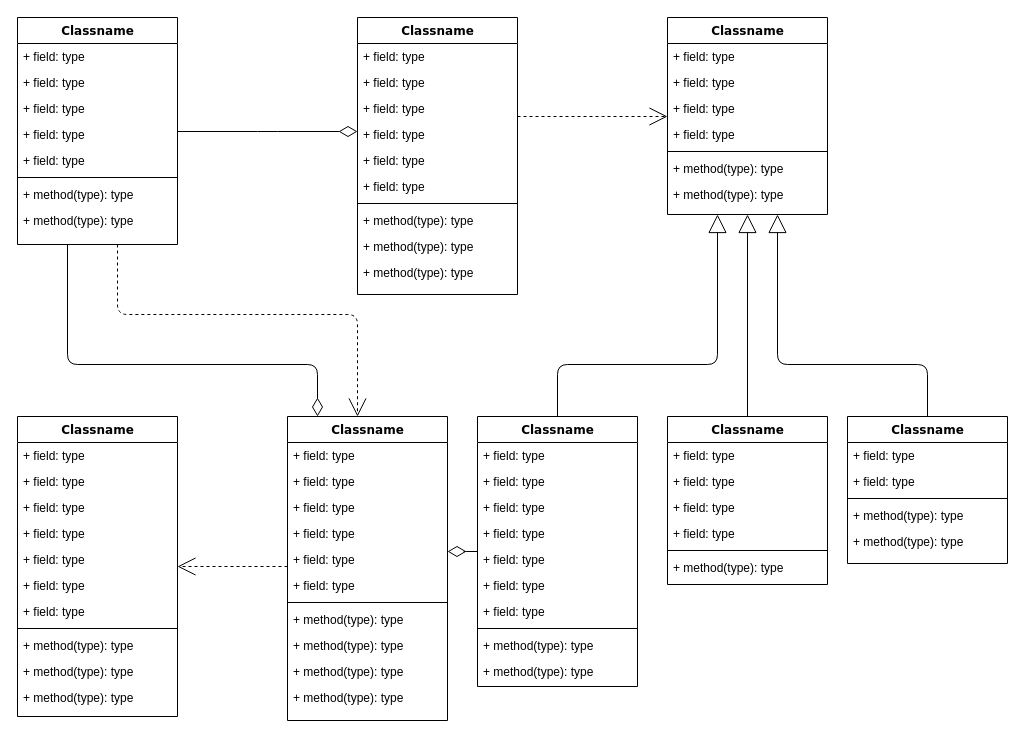
The draw.io diagram Başlıksız Diyagram.drawio in hsynalbayrak02/draw, before the edit. Source tidied: cells renumbered, new cells numbered last; positions are measured from the earlier drawing's top-left corner, leaving out a move shared by most shapes. Both pictures are drawn from the tidied source at 100%, with x=0, y=0 at pixel (17, 17).
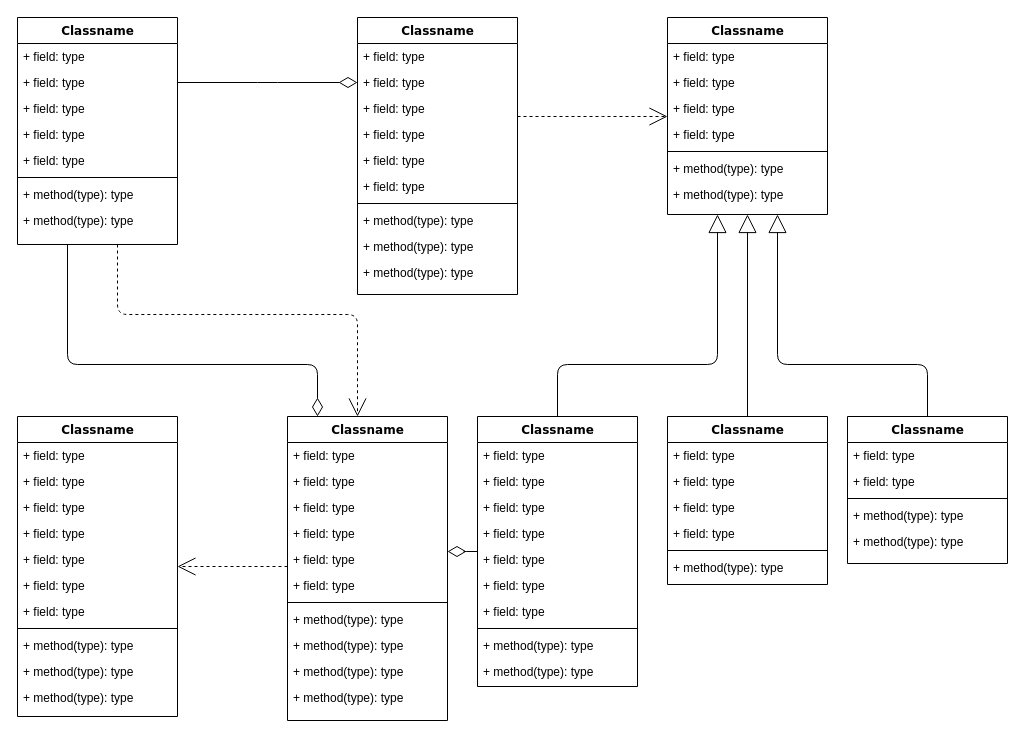
The same page after the edit.

Unchanged cells that the change refers to:
```xml
<mxCell id="4" value="Classname" style="swimlane;html=1;fontStyle=1;align=center;verticalAlign=top;horizontal=1;startSize=26;swimlaneFillColor=#ffffff;rounded=0;shadow=0;comic=0;labelBackgroundColor=none;strokeWidth=1;fillColor=none;fontFamily=Verdana;fontSize=12;" parent="1" vertex="1">
  <mxGeometry width="160" height="227" as="geometry" />
</mxCell>
<mxCell id="6" value="+ field: type" style="text;html=1;strokeColor=none;fillColor=none;align=left;verticalAlign=top;spacingLeft=4;spacingRight=4;whiteSpace=wrap;overflow=hidden;points=[[0,0.5],[1,0.5]];portConstraint=eastwest;" parent="4" vertex="1">
  <mxGeometry y="52" width="160" height="26" as="geometry" />
</mxCell>
<mxCell id="14" value="Classname" style="swimlane;html=1;fontStyle=1;align=center;verticalAlign=top;horizontal=1;startSize=26;swimlaneFillColor=#ffffff;rounded=0;shadow=0;comic=0;labelBackgroundColor=none;strokeWidth=1;fillColor=none;fontFamily=Verdana;fontSize=12;" parent="1" vertex="1">
  <mxGeometry x="340" width="160" height="277" as="geometry" />
</mxCell>
```

What changed in the source:
```diff
@@
-    <mxCell id="86" style="edgeStyle=elbowEdgeStyle;html=1;labelBackgroundColor=none;startFill=0;startSize=8;endArrow=diamondThin;endFill=0;endSize=16;fontFamily=Verdana;fontSize=12;elbow=vertical;" parent="1" edge="1" source="4" target="14">
+    <mxCell id="86" style="edgeStyle=elbowEdgeStyle;html=1;labelBackgroundColor=none;startFill=0;startSize=8;endArrow=diamondThin;endFill=0;endSize=16;fontFamily=Verdana;fontSize=12;elbow=vertical;" parent="1" edge="1" source="6" target="14">
       <mxGeometry relative="1" as="geometry" />
     </mxCell>
```
